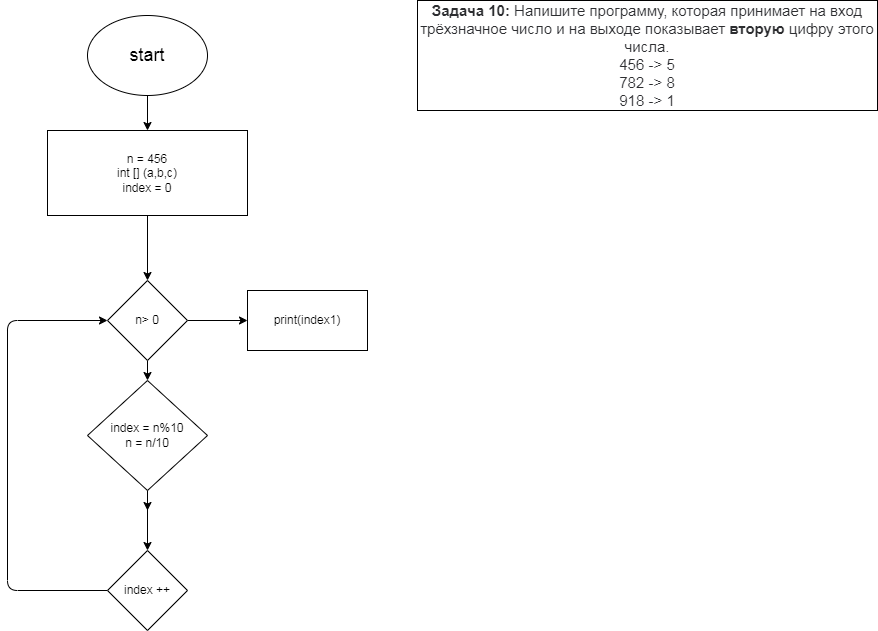
Before: Z001_20.09/diagram.drawio.png, a diagram exported from draw.io (Ilnaz-Khairulin/DZ002). Source tidied: cells renumbered, new cells last; positions are measured from the earlier drawing's top-left corner, leaving out a move shared by most shapes. Its diagram source:
```xml
<mxGraphModel>
  <root>
    <mxCell id="0" />
    <mxCell id="1" parent="0" />
    <mxCell id="2" value="&lt;p style=&quot;box-sizing: border-box ; margin: 0px ; color: rgb(44 , 45 , 48) ; font-family: &amp;#34;roboto&amp;#34; , &amp;#34;san francisco&amp;#34; , &amp;#34;helvetica neue&amp;#34; , &amp;#34;helvetica&amp;#34; , &amp;#34;arial&amp;#34; ; font-size: 15px ; background-color: rgb(255 , 255 , 255)&quot;&gt;&lt;span style=&quot;box-sizing: border-box ; font-weight: 700&quot;&gt;Задача 10:&lt;/span&gt;&amp;nbsp;Напишите программу, которая принимает на вход трёхзначное число и на выходе показывает&amp;nbsp;&lt;span style=&quot;box-sizing: border-box ; font-weight: 700&quot;&gt;вторую&lt;/span&gt;&amp;nbsp;цифру этого числа.&lt;/p&gt;&lt;p style=&quot;box-sizing: border-box ; margin: 0px ; color: rgb(44 , 45 , 48) ; font-family: &amp;#34;roboto&amp;#34; , &amp;#34;san francisco&amp;#34; , &amp;#34;helvetica neue&amp;#34; , &amp;#34;helvetica&amp;#34; , &amp;#34;arial&amp;#34; ; font-size: 15px ; background-color: rgb(255 , 255 , 255)&quot;&gt;456 -&amp;gt; 5&lt;br style=&quot;box-sizing: border-box&quot;&gt;782 -&amp;gt; 8&lt;br style=&quot;box-sizing: border-box&quot;&gt;918 -&amp;gt; 1&lt;/p&gt;" style="rounded=0;whiteSpace=wrap;html=1;" parent="1" vertex="1">
      <mxGeometry x="410" width="460" height="110" as="geometry" />
    </mxCell>
    <mxCell id="3" style="edgeStyle=none;html=1;fontSize=18;" parent="1" edge="1" source="4" target="6">
      <mxGeometry relative="1" as="geometry" />
    </mxCell>
    <mxCell id="4" value="&lt;font style=&quot;font-size: 18px&quot;&gt;start&lt;/font&gt;" style="ellipse;whiteSpace=wrap;html=1;" parent="1" vertex="1">
      <mxGeometry x="80" y="15" width="120" height="80" as="geometry" />
    </mxCell>
    <mxCell id="5" style="edgeStyle=none;html=1;fontSize=18;" parent="1" edge="1" source="6" target="9">
      <mxGeometry relative="1" as="geometry" />
    </mxCell>
    <mxCell id="6" value="n = 456&lt;br&gt;int [] (a,b,c)&lt;br&gt;index = 0" style="whiteSpace=wrap;html=1;" parent="1" vertex="1">
      <mxGeometry x="40" y="130" width="200" height="85" as="geometry" />
    </mxCell>
    <mxCell id="7" style="edgeStyle=none;html=1;fontSize=18;" parent="1" edge="1" source="9" target="12">
      <mxGeometry relative="1" as="geometry" />
    </mxCell>
    <mxCell id="8" style="edgeStyle=none;html=1;fontSize=18;" parent="1" edge="1" source="9" target="15">
      <mxGeometry relative="1" as="geometry" />
    </mxCell>
    <mxCell id="9" value="n&amp;gt; 0" style="rhombus;whiteSpace=wrap;html=1;" parent="1" vertex="1">
      <mxGeometry x="100" y="280" width="80" height="80" as="geometry" />
    </mxCell>
    <mxCell id="10" style="edgeStyle=none;html=1;fontSize=18;" parent="1" edge="1" source="12">
      <mxGeometry relative="1" as="geometry">
        <mxPoint x="140" y="510" as="targetPoint" />
      </mxGeometry>
    </mxCell>
    <mxCell id="11" style="edgeStyle=none;html=1;fontSize=18;" parent="1" edge="1" source="12" target="14">
      <mxGeometry relative="1" as="geometry" />
    </mxCell>
    <mxCell id="12" value="index = n%10&lt;br&gt;n = n/10" style="rhombus;whiteSpace=wrap;html=1;" parent="1" vertex="1">
      <mxGeometry x="80" y="380" width="120" height="110" as="geometry" />
    </mxCell>
    <mxCell id="13" style="edgeStyle=none;html=1;entryX=0;entryY=0.5;entryDx=0;entryDy=0;fontSize=18;exitX=0;exitY=0.5;exitDx=0;exitDy=0;" parent="1" edge="1" source="14" target="9">
      <mxGeometry relative="1" as="geometry">
        <Array as="points">
          <mxPoint y="590" />
          <mxPoint y="320" />
        </Array>
      </mxGeometry>
    </mxCell>
    <mxCell id="14" value="index ++" style="rhombus;whiteSpace=wrap;html=1;" parent="1" vertex="1">
      <mxGeometry x="100" y="550" width="80" height="80" as="geometry" />
    </mxCell>
    <mxCell id="15" value="print(index1)" style="whiteSpace=wrap;html=1;" parent="1" vertex="1">
      <mxGeometry x="240" y="290" width="120" height="60" as="geometry" />
    </mxCell>
  </root>
</mxGraphModel>
```
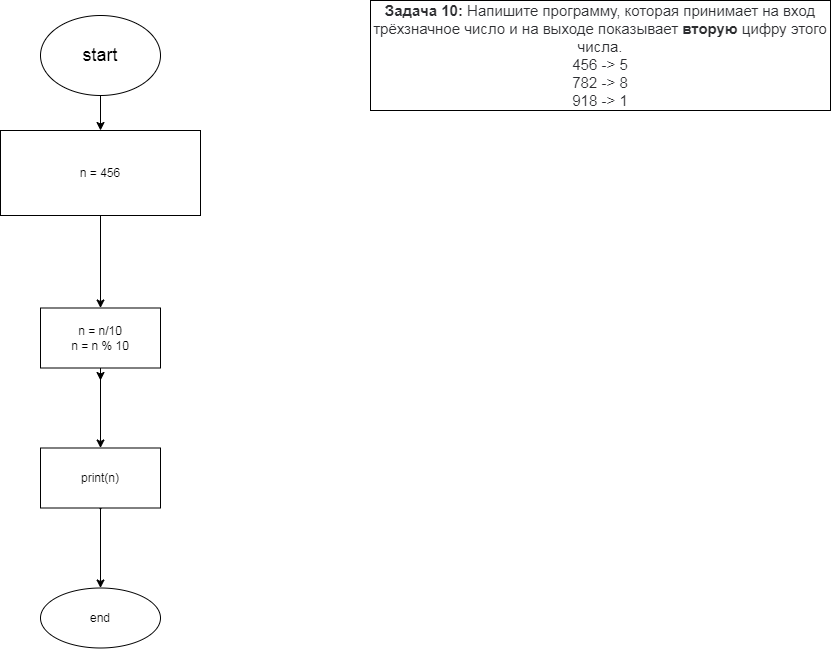
Later version of the same file.

The edit, as a diff of the source:
```diff
@@ -11,45 +11,38 @@
     <mxCell id="4" value="&lt;font style=&quot;font-size: 18px&quot;&gt;start&lt;/font&gt;" style="ellipse;whiteSpace=wrap;html=1;" parent="1" vertex="1">
       <mxGeometry x="80" y="15" width="120" height="80" as="geometry" />
     </mxCell>
-    <mxCell id="5" style="edgeStyle=none;html=1;fontSize=18;" parent="1" edge="1" source="6" target="9">
-      <mxGeometry relative="1" as="geometry" />
-    </mxCell>
+    <mxCell id="16" style="edgeStyle=none;html=1;" parent="1" edge="1" source="6" target="8">
+      <mxGeometry relative="1" as="geometry" />
+    </mxCell>
-    <mxCell id="6" value="n = 456&lt;br&gt;int [] (a,b,c)&lt;br&gt;index = 0" style="whiteSpace=wrap;html=1;" parent="1" vertex="1">
+    <mxCell id="6" value="n = 456" style="whiteSpace=wrap;html=1;" parent="1" vertex="1">
       <mxGeometry x="40" y="130" width="200" height="85" as="geometry" />
     </mxCell>
-    <mxCell id="7" style="edgeStyle=none;html=1;fontSize=18;" parent="1" edge="1" source="9" target="12">
-      <mxGeometry relative="1" as="geometry" />
+    <mxCell id="7" style="edgeStyle=none;html=1;fontSize=18;" parent="1" edge="1">
+      <mxGeometry relative="1" as="geometry">
+        <mxPoint x="140" y="360" as="sourcePoint" />
+        <mxPoint x="140" y="380" as="targetPoint" />
+      </mxGeometry>
     </mxCell>
+    <mxCell id="10" style="edgeStyle=none;html=1;fontSize=18;" parent="1" edge="1">
+      <mxGeometry relative="1" as="geometry">
+        <mxPoint x="140" y="490" as="sourcePoint" />
+        <mxPoint x="140" y="510" as="targetPoint" />
+      </mxGeometry>
+    </mxCell>
+    <mxCell id="17" style="edgeStyle=none;html=1;" parent="1" edge="1" source="8" target="19">
+      <mxGeometry relative="1" as="geometry" />
+    </mxCell>
-    <mxCell id="8" style="edgeStyle=none;html=1;fontSize=18;" parent="1" edge="1" source="9" target="15">
-      <mxGeometry relative="1" as="geometry" />
+    <mxCell id="8" value="n = n/10&lt;br&gt;n = n % 10" style="whiteSpace=wrap;html=1;" parent="1" vertex="1">
+      <mxGeometry x="80" y="307.5" width="120" height="60" as="geometry" />
     </mxCell>
-    <mxCell id="9" value="n&amp;gt; 0" style="rhombus;whiteSpace=wrap;html=1;" parent="1" vertex="1">
-      <mxGeometry x="100" y="280" width="80" height="80" as="geometry" />
-    </mxCell>
-    <mxCell id="10" style="edgeStyle=none;html=1;fontSize=18;" parent="1" edge="1" source="12">
-      <mxGeometry relative="1" as="geometry">
-        <mxPoint x="140" y="510" as="targetPoint" />
-      </mxGeometry>
-    </mxCell>
-    <mxCell id="11" style="edgeStyle=none;html=1;fontSize=18;" parent="1" edge="1" source="12" target="14">
-      <mxGeometry relative="1" as="geometry" />
-    </mxCell>
-    <mxCell id="12" value="index = n%10&lt;br&gt;n = n/10" style="rhombus;whiteSpace=wrap;html=1;" parent="1" vertex="1">
-      <mxGeometry x="80" y="380" width="120" height="110" as="geometry" />
-    </mxCell>
-    <mxCell id="13" style="edgeStyle=none;html=1;entryX=0;entryY=0.5;entryDx=0;entryDy=0;fontSize=18;exitX=0;exitY=0.5;exitDx=0;exitDy=0;" parent="1" edge="1" source="14" target="9">
-      <mxGeometry relative="1" as="geometry">
-        <Array as="points">
-          <mxPoint y="590" />
-          <mxPoint y="320" />
-        </Array>
-      </mxGeometry>
-    </mxCell>
-    <mxCell id="14" value="index ++" style="rhombus;whiteSpace=wrap;html=1;" parent="1" vertex="1">
-      <mxGeometry x="100" y="550" width="80" height="80" as="geometry" />
-    </mxCell>
-    <mxCell id="15" value="print(index1)" style="whiteSpace=wrap;html=1;" parent="1" vertex="1">
-      <mxGeometry x="240" y="290" width="120" height="60" as="geometry" />
-    </mxCell>
+    <mxCell id="18" style="edgeStyle=none;html=1;" parent="1" edge="1" source="19" target="20">
+      <mxGeometry relative="1" as="geometry" />
+    </mxCell>
+    <mxCell id="19" value="print(n)" style="whiteSpace=wrap;html=1;" parent="1" vertex="1">
+      <mxGeometry x="80" y="447.5" width="120" height="60" as="geometry" />
+    </mxCell>
+    <mxCell id="20" value="end" style="ellipse;whiteSpace=wrap;html=1;" parent="1" vertex="1">
+      <mxGeometry x="80" y="587.5" width="120" height="60" as="geometry" />
+    </mxCell>
   </root>
 </mxGraphModel>
```
